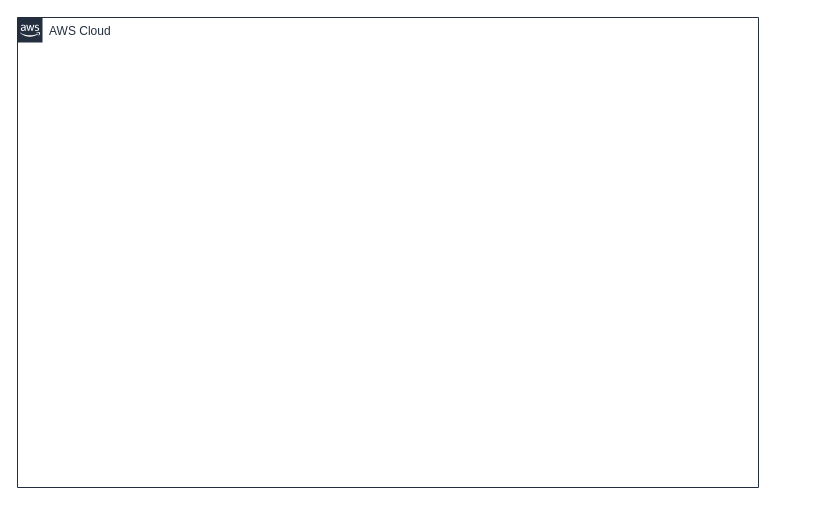
This is .assets/archi.drawio from SamuelRoch08/interview-website, a draw.io file, before an edit. Source tidied: cells renumbered, new cells numbered last; positions are measured from the earlier drawing's top-left corner, leaving out a move shared by most shapes. Both pictures are drawn from the tidied source at 100%, with x=0, y=0 at pixel (17, 17).
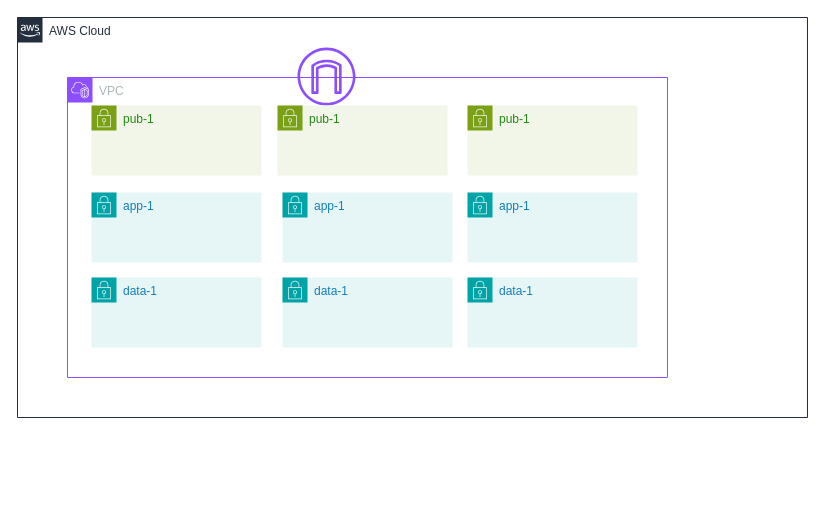
After the change.

Commit message (it also covers changes not shown here):
Update schema with network arch

Diff of the diagram source:
```diff
@@
 <mxGraphModel>
   <root>
     <mxCell id="0" />
     <mxCell id="1" parent="0" />
     <mxCell id="2" value="AWS Cloud" style="gradientColor=none;html=1;whiteSpace=wrap;fontSize=12;fontStyle=0;shape=mxgraph.aws4.group;grIcon=mxgraph.aws4.group_aws_cloud_alt;strokeColor=#232F3E;fillColor=none;verticalAlign=top;align=left;spacingLeft=30;fontColor=#232F3E;dashed=0;" parent="1" vertex="1">
-      <mxGeometry width="741" height="470" as="geometry" />
+      <mxGeometry width="790" height="400" as="geometry" />
     </mxCell>
+    <mxCell id="3" value="VPC" style="gradientColor=none;html=1;whiteSpace=wrap;fontSize=12;fontStyle=0;shape=mxgraph.aws4.group;grIcon=mxgraph.aws4.group_vpc2;strokeColor=#8C4FFF;fillColor=none;verticalAlign=top;align=left;spacingLeft=30;fontColor=#AAB7B8;dashed=0;" parent="2" vertex="1">
+      <mxGeometry x="50" y="60" width="600" height="300" as="geometry" />
+    </mxCell>
+    <mxCell id="4" style="sketch=0;fontColor=#232F3E;gradientColor=none;fillColor=#8C4FFF;strokeColor=none;dashed=0;verticalLabelPosition=bottom;verticalAlign=top;align=center;html=1;fontSize=12;fontStyle=0;shape=mxgraph.aws4.internet_gateway;" parent="3" vertex="1">
+      <mxGeometry x="230" y="-30" width="58" height="58" as="geometry" />
+    </mxCell>
+    <mxCell id="5" value="pub-1" style="gradientColor=none;html=1;whiteSpace=wrap;fontSize=12;fontStyle=0;shape=mxgraph.aws4.group;grIcon=mxgraph.aws4.group_security_group;grStroke=0;strokeColor=#7AA116;fillColor=#F2F6E8;verticalAlign=top;align=left;spacingLeft=30;fontColor=#248814;dashed=0;" parent="3" vertex="1">
+      <mxGeometry x="24" y="28" width="170" height="70" as="geometry" />
+    </mxCell>
+    <mxCell id="6" value="pub-1" style="gradientColor=none;html=1;whiteSpace=wrap;fontSize=12;fontStyle=0;shape=mxgraph.aws4.group;grIcon=mxgraph.aws4.group_security_group;grStroke=0;strokeColor=#7AA116;fillColor=#F2F6E8;verticalAlign=top;align=left;spacingLeft=30;fontColor=#248814;dashed=0;" parent="3" vertex="1">
+      <mxGeometry x="210" y="28" width="170" height="70" as="geometry" />
+    </mxCell>
+    <mxCell id="7" value="pub-1" style="gradientColor=none;html=1;whiteSpace=wrap;fontSize=12;fontStyle=0;shape=mxgraph.aws4.group;grIcon=mxgraph.aws4.group_security_group;grStroke=0;strokeColor=#7AA116;fillColor=#F2F6E8;verticalAlign=top;align=left;spacingLeft=30;fontColor=#248814;dashed=0;" parent="3" vertex="1">
+      <mxGeometry x="400" y="28" width="170" height="70" as="geometry" />
+    </mxCell>
+    <mxCell id="8" value="app-1" style="gradientColor=none;html=1;whiteSpace=wrap;fontSize=12;fontStyle=0;shape=mxgraph.aws4.group;grIcon=mxgraph.aws4.group_security_group;grStroke=0;strokeColor=#00A4A6;fillColor=#E6F6F7;verticalAlign=top;align=left;spacingLeft=30;fontColor=#147EBA;dashed=0;" parent="3" vertex="1">
+      <mxGeometry x="24" y="115" width="170" height="70" as="geometry" />
+    </mxCell>
+    <mxCell id="9" value="app-1" style="gradientColor=none;html=1;whiteSpace=wrap;fontSize=12;fontStyle=0;shape=mxgraph.aws4.group;grIcon=mxgraph.aws4.group_security_group;grStroke=0;strokeColor=#00A4A6;fillColor=#E6F6F7;verticalAlign=top;align=left;spacingLeft=30;fontColor=#147EBA;dashed=0;" parent="3" vertex="1">
+      <mxGeometry x="215" y="115" width="170" height="70" as="geometry" />
+    </mxCell>
+    <mxCell id="10" value="app-1" style="gradientColor=none;html=1;whiteSpace=wrap;fontSize=12;fontStyle=0;shape=mxgraph.aws4.group;grIcon=mxgraph.aws4.group_security_group;grStroke=0;strokeColor=#00A4A6;fillColor=#E6F6F7;verticalAlign=top;align=left;spacingLeft=30;fontColor=#147EBA;dashed=0;" parent="3" vertex="1">
+      <mxGeometry x="400" y="115" width="170" height="70" as="geometry" />
+    </mxCell>
+    <mxCell id="11" value="data-1" style="gradientColor=none;html=1;whiteSpace=wrap;fontSize=12;fontStyle=0;shape=mxgraph.aws4.group;grIcon=mxgraph.aws4.group_security_group;grStroke=0;strokeColor=#00A4A6;fillColor=#E6F6F7;verticalAlign=top;align=left;spacingLeft=30;fontColor=#147EBA;dashed=0;" parent="3" vertex="1">
+      <mxGeometry x="24" y="200" width="170" height="70" as="geometry" />
+    </mxCell>
+    <mxCell id="12" value="data-1" style="gradientColor=none;html=1;whiteSpace=wrap;fontSize=12;fontStyle=0;shape=mxgraph.aws4.group;grIcon=mxgraph.aws4.group_security_group;grStroke=0;strokeColor=#00A4A6;fillColor=#E6F6F7;verticalAlign=top;align=left;spacingLeft=30;fontColor=#147EBA;dashed=0;" parent="3" vertex="1">
+      <mxGeometry x="215" y="200" width="170" height="70" as="geometry" />
+    </mxCell>
+    <mxCell id="13" value="data-1" style="gradientColor=none;html=1;whiteSpace=wrap;fontSize=12;fontStyle=0;shape=mxgraph.aws4.group;grIcon=mxgraph.aws4.group_security_group;grStroke=0;strokeColor=#00A4A6;fillColor=#E6F6F7;verticalAlign=top;align=left;spacingLeft=30;fontColor=#147EBA;dashed=0;" parent="3" vertex="1">
+      <mxGeometry x="400" y="200" width="170" height="70" as="geometry" />
+    </mxCell>
   </root>
 </mxGraphModel>
```
